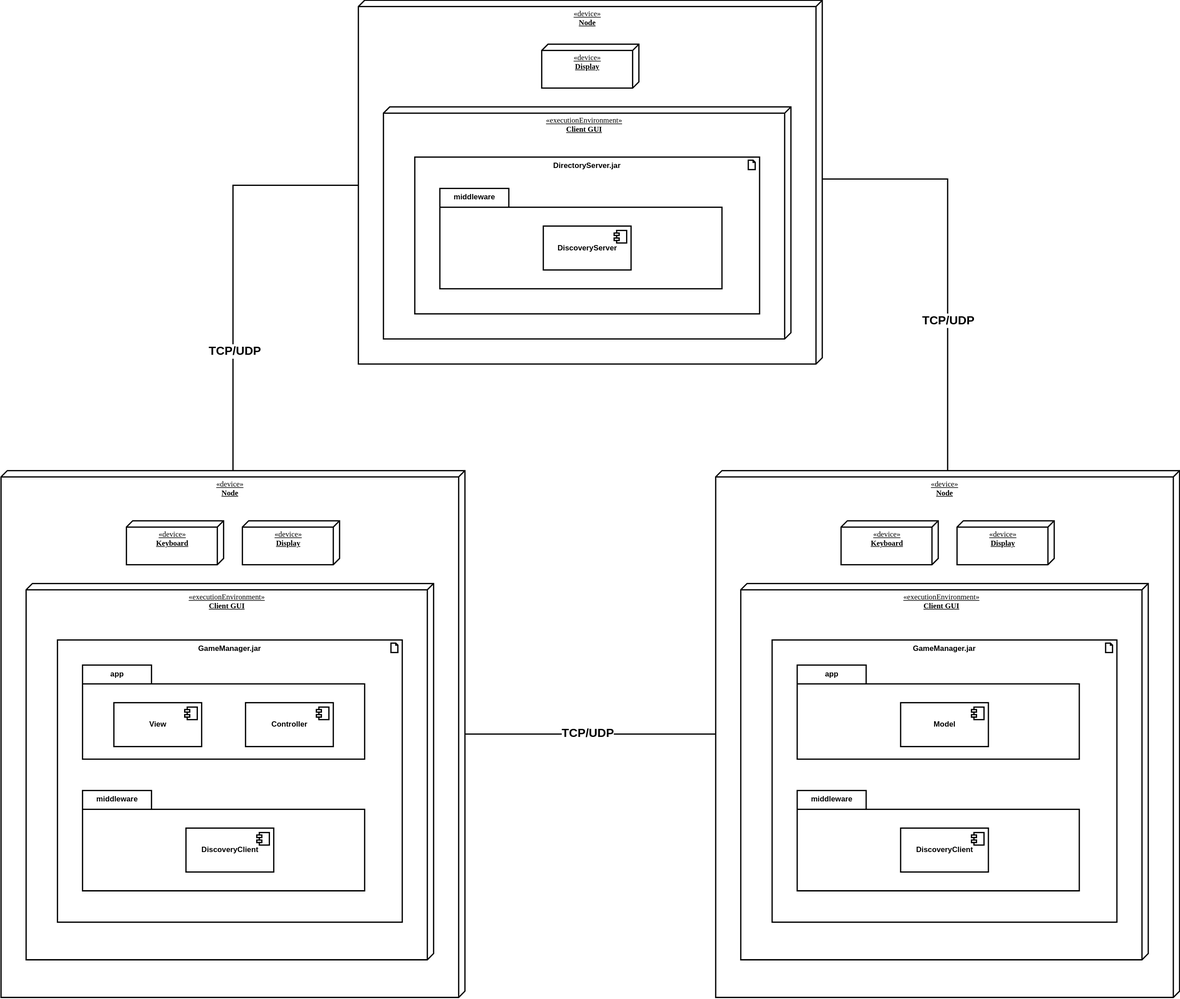
The draw.io diagram docs/application/diagrams/DeploymentDiagram.drawio.svg in HaniAlshikh/tron, before a commit. Source tidied: cells renumbered, new cells last; positions are measured from the earlier drawing's top-left corner, leaving out a move shared by most shapes.
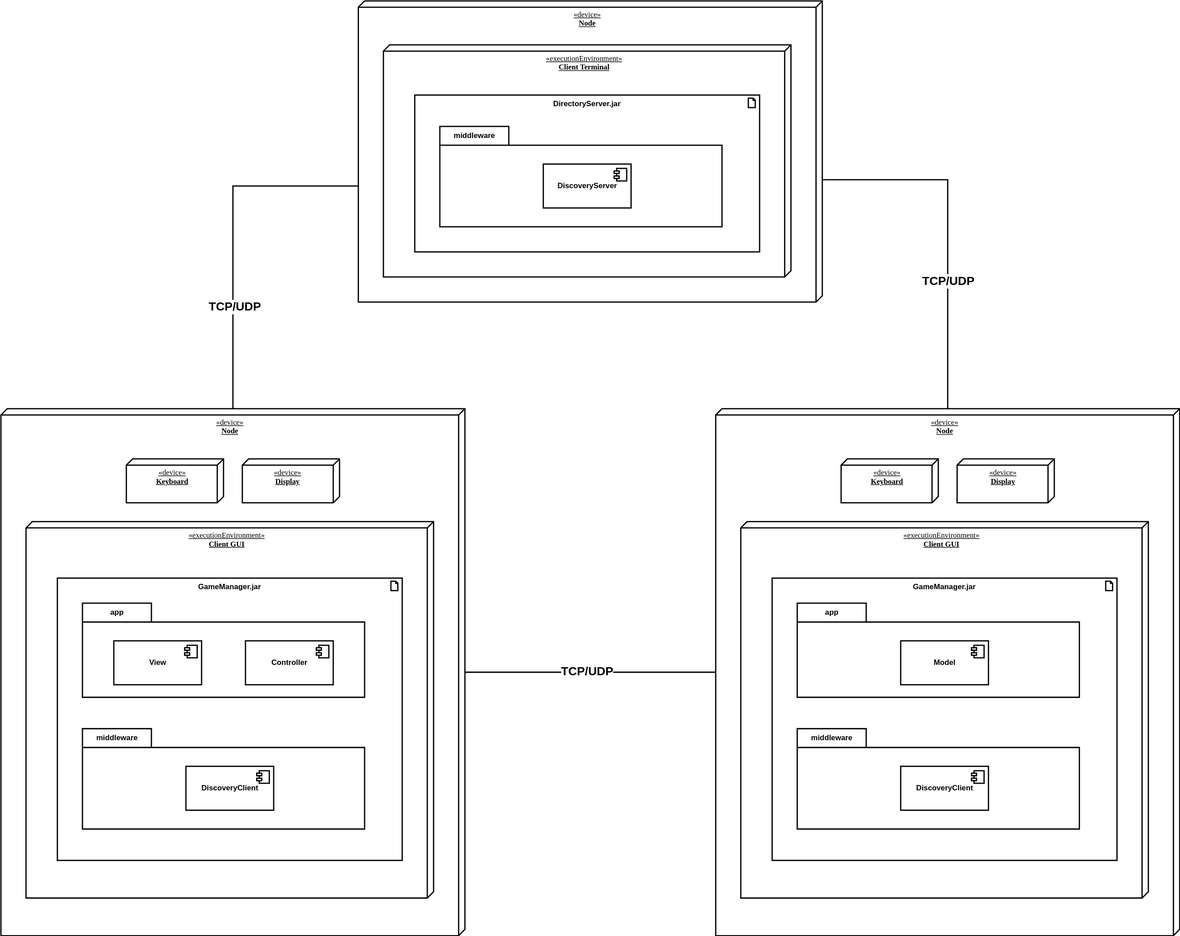
After the change.

Diff of the diagram source:
```diff
@@ -37,17 +37,14 @@
       </mxGeometry>
     </mxCell>
     <mxCell id="12" value="&lt;span&gt;«device»&lt;/span&gt;&lt;br&gt;&lt;b&gt;Node&lt;/b&gt;" style="verticalAlign=top;align=center;spacingTop=8;spacingLeft=2;spacingRight=12;shape=cube;size=10;direction=south;fontStyle=4;html=1;rounded=0;shadow=0;comic=0;labelBackgroundColor=none;strokeWidth=2;fontFamily=Verdana;fontSize=12;" parent="1" vertex="1">
-      <mxGeometry x="570" width="740" height="580" as="geometry" />
+      <mxGeometry x="570" y="100" width="740" height="480" as="geometry" />
     </mxCell>
-    <mxCell id="13" value="&lt;span&gt;«executionEnvironment»&lt;/span&gt;&lt;br&gt;&lt;b&gt;Client GUI&lt;/b&gt;" style="verticalAlign=top;align=center;spacingTop=8;spacingLeft=2;spacingRight=12;shape=cube;size=10;direction=south;fontStyle=4;html=1;rounded=0;shadow=0;comic=0;labelBackgroundColor=none;strokeWidth=2;fontFamily=Verdana;fontSize=12;" parent="1" vertex="1">
+    <mxCell id="13" value="&lt;span&gt;«executionEnvironment»&lt;/span&gt;&lt;br&gt;&lt;b&gt;Client Terminal&lt;/b&gt;" style="verticalAlign=top;align=center;spacingTop=8;spacingLeft=2;spacingRight=12;shape=cube;size=10;direction=south;fontStyle=4;html=1;rounded=0;shadow=0;comic=0;labelBackgroundColor=none;strokeWidth=2;fontFamily=Verdana;fontSize=12;" parent="1" vertex="1">
       <mxGeometry x="610" y="170" width="650" height="370" as="geometry" />
     </mxCell>
     <mxCell id="14" value="&lt;b&gt;DirectoryServer.jar&lt;/b&gt;" style="html=1;whiteSpace=wrap;shape=mxgraph.archimate3.application;appType=artifact;archiType=square;strokeWidth=2;verticalAlign=top;" parent="1" vertex="1">
       <mxGeometry x="660" y="250" width="550" height="250" as="geometry" />
     </mxCell>
-    <mxCell id="15" value="&lt;span&gt;«device»&lt;/span&gt;&lt;br&gt;&lt;b&gt;Display&lt;/b&gt;" style="verticalAlign=top;align=center;spacingTop=8;spacingLeft=2;spacingRight=12;shape=cube;size=10;direction=south;fontStyle=4;html=1;rounded=0;shadow=0;comic=0;labelBackgroundColor=none;strokeWidth=2;fontFamily=Verdana;fontSize=12;" parent="1" vertex="1">
-      <mxGeometry x="862.5" y="70" width="155" height="70" as="geometry" />
-    </mxCell>
     <mxCell id="16" value="middleware" style="shape=folder;fontStyle=1;tabWidth=110;tabHeight=30;tabPosition=left;html=1;boundedLbl=1;labelInHeader=1;strokeWidth=2;" parent="1" vertex="1">
       <mxGeometry x="700" y="300" width="450" height="160" as="geometry" />
     </mxCell>
```
